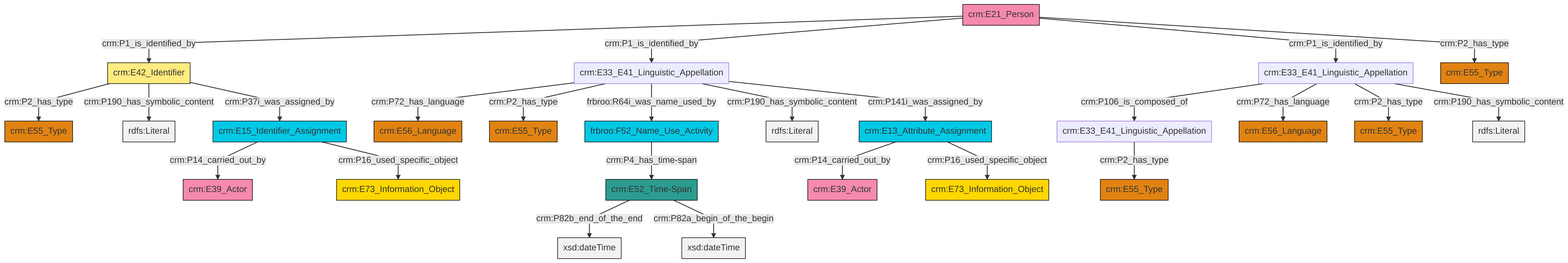
This is et/personCSV/ttl/mmd/png/Person_Names_and_Classification.png from swiss-art-research-net/reference-data-models, a Mermaid export, as it was before one commit. Its source is kept beside it as et/personCSV/ttl/mmd/Person_Names_and_Classification.ttl.mmd.
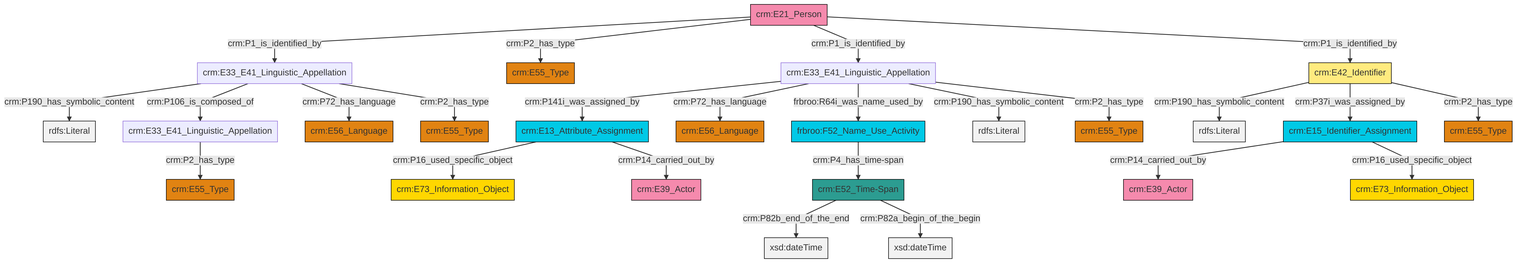
After the change.

Diff of the diagram source:
```diff
@@ -13,27 +13,27 @@
 classDef PC_Classes fill:#4ce600, stroke:#000000;
 classDef Multi fill:#cccccc,stroke:#000000;
 
-0["crm:E13_Attribute_Assignment"]:::Temporal_Entity -->|crm:P14_carried_out_by| 1["crm:E39_Actor"]:::Actor
-2["frbroo:F52_Name_Use_Activity"]:::Temporal_Entity -->|crm:P4_has_time-span| 3["crm:E52_Time-Span"]:::Time-Span
-0["crm:E13_Attribute_Assignment"]:::Temporal_Entity -->|crm:P16_used_specific_object| 6["crm:E73_Information_Object"]:::Conceptual_Object
-3["crm:E52_Time-Span"]:::Time-Span -->|crm:P82b_end_of_the_end| 11[xsd:dateTime]:::Literal
-12["crm:E33_E41_Linguistic_Appellation"]:::Default -->|crm:P106_is_composed_of| 13["crm:E33_E41_Linguistic_Appellation"]:::Default
-12["crm:E33_E41_Linguistic_Appellation"]:::Default -->|crm:P72_has_language| 14["crm:E56_Language"]:::Type
-12["crm:E33_E41_Linguistic_Appellation"]:::Default -->|crm:P2_has_type| 15["crm:E55_Type"]:::Type
-20["crm:E42_Identifier"]:::Appellation -->|crm:P2_has_type| 21["crm:E55_Type"]:::Type
-4["crm:E21_Person"]:::Actor -->|crm:P1_is_identified_by| 20["crm:E42_Identifier"]:::Appellation
-13["crm:E33_E41_Linguistic_Appellation"]:::Default -->|crm:P2_has_type| 9["crm:E55_Type"]:::Type
-20["crm:E42_Identifier"]:::Appellation -->|crm:P190_has_symbolic_content| 27[rdfs:Literal]:::Literal
-4["crm:E21_Person"]:::Actor -->|crm:P1_is_identified_by| 17["crm:E33_E41_Linguistic_Appellation"]:::Default
-17["crm:E33_E41_Linguistic_Appellation"]:::Default -->|crm:P72_has_language| 24["crm:E56_Language"]:::Type
-4["crm:E21_Person"]:::Actor -->|crm:P1_is_identified_by| 12["crm:E33_E41_Linguistic_Appellation"]:::Default
-30["crm:E15_Identifier_Assignment"]:::Temporal_Entity -->|crm:P14_carried_out_by| 31["crm:E39_Actor"]:::Actor
-3["crm:E52_Time-Span"]:::Time-Span -->|crm:P82a_begin_of_the_begin| 33[xsd:dateTime]:::Literal
-17["crm:E33_E41_Linguistic_Appellation"]:::Default -->|crm:P2_has_type| 35["crm:E55_Type"]:::Type
-17["crm:E33_E41_Linguistic_Appellation"]:::Default -->|frbroo:R64i_was_name_used_by| 2["frbroo:F52_Name_Use_Activity"]:::Temporal_Entity
-17["crm:E33_E41_Linguistic_Appellation"]:::Default -->|crm:P190_has_symbolic_content| 36[rdfs:Literal]:::Literal
-20["crm:E42_Identifier"]:::Appellation -->|crm:P37i_was_assigned_by| 30["crm:E15_Identifier_Assignment"]:::Temporal_Entity
-30["crm:E15_Identifier_Assignment"]:::Temporal_Entity -->|crm:P16_used_specific_object| 7["crm:E73_Information_Object"]:::Conceptual_Object
-4["crm:E21_Person"]:::Actor -->|crm:P2_has_type| 39["crm:E55_Type"]:::Type
-12["crm:E33_E41_Linguistic_Appellation"]:::Default -->|crm:P190_has_symbolic_content| 44[rdfs:Literal]:::Literal
-17["crm:E33_E41_Linguistic_Appellation"]:::Default -->|crm:P141i_was_assigned_by| 0["crm:E13_Attribute_Assignment"]:::Temporal_Entity
+0["crm:E42_Identifier"]:::Appellation -->|crm:P190_has_symbolic_content| 1[rdfs:Literal]:::Literal
+4["crm:E13_Attribute_Assignment"]:::Temporal_Entity -->|crm:P16_used_specific_object| 5["crm:E73_Information_Object"]:::Conceptual_Object
+6["crm:E15_Identifier_Assignment"]:::Temporal_Entity -->|crm:P14_carried_out_by| 7["crm:E39_Actor"]:::Actor
+0["crm:E42_Identifier"]:::Appellation -->|crm:P37i_was_assigned_by| 6["crm:E15_Identifier_Assignment"]:::Temporal_Entity
+13["crm:E52_Time-Span"]:::Time-Span -->|crm:P82b_end_of_the_end| 14[xsd:dateTime]:::Literal
+15["crm:E33_E41_Linguistic_Appellation"]:::Default -->|crm:P190_has_symbolic_content| 17[rdfs:Literal]:::Literal
+2["crm:E33_E41_Linguistic_Appellation"]:::Default -->|crm:P141i_was_assigned_by| 4["crm:E13_Attribute_Assignment"]:::Temporal_Entity
+19["frbroo:F52_Name_Use_Activity"]:::Temporal_Entity -->|crm:P4_has_time-span| 13["crm:E52_Time-Span"]:::Time-Span
+2["crm:E33_E41_Linguistic_Appellation"]:::Default -->|crm:P72_has_language| 28["crm:E56_Language"]:::Type
+6["crm:E15_Identifier_Assignment"]:::Temporal_Entity -->|crm:P16_used_specific_object| 29["crm:E73_Information_Object"]:::Conceptual_Object
+25["crm:E21_Person"]:::Actor -->|crm:P1_is_identified_by| 15["crm:E33_E41_Linguistic_Appellation"]:::Default
+4["crm:E13_Attribute_Assignment"]:::Temporal_Entity -->|crm:P14_carried_out_by| 38["crm:E39_Actor"]:::Actor
+25["crm:E21_Person"]:::Actor -->|crm:P2_has_type| 32["crm:E55_Type"]:::Type
+30["crm:E33_E41_Linguistic_Appellation"]:::Default -->|crm:P2_has_type| 11["crm:E55_Type"]:::Type
+0["crm:E42_Identifier"]:::Appellation -->|crm:P2_has_type| 20["crm:E55_Type"]:::Type
+13["crm:E52_Time-Span"]:::Time-Span -->|crm:P82a_begin_of_the_begin| 43[xsd:dateTime]:::Literal
+25["crm:E21_Person"]:::Actor -->|crm:P1_is_identified_by| 2["crm:E33_E41_Linguistic_Appellation"]:::Default
+2["crm:E33_E41_Linguistic_Appellation"]:::Default -->|frbroo:R64i_was_name_used_by| 19["frbroo:F52_Name_Use_Activity"]:::Temporal_Entity
+2["crm:E33_E41_Linguistic_Appellation"]:::Default -->|crm:P190_has_symbolic_content| 45[rdfs:Literal]:::Literal
+25["crm:E21_Person"]:::Actor -->|crm:P1_is_identified_by| 0["crm:E42_Identifier"]:::Appellation
+15["crm:E33_E41_Linguistic_Appellation"]:::Default -->|crm:P106_is_composed_of| 30["crm:E33_E41_Linguistic_Appellation"]:::Default
+2["crm:E33_E41_Linguistic_Appellation"]:::Default -->|crm:P2_has_type| 9["crm:E55_Type"]:::Type
+15["crm:E33_E41_Linguistic_Appellation"]:::Default -->|crm:P72_has_language| 36["crm:E56_Language"]:::Type
+15["crm:E33_E41_Linguistic_Appellation"]:::Default -->|crm:P2_has_type| 22["crm:E55_Type"]:::Type
```
